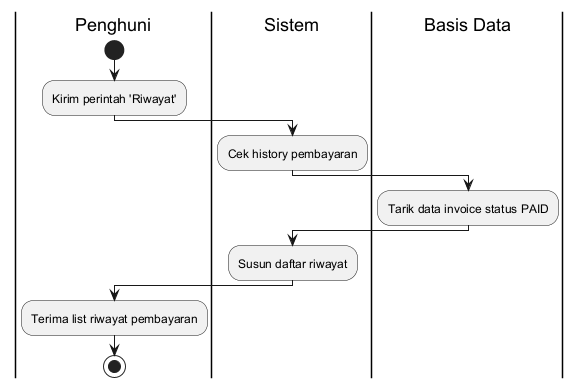
Earlier version of the PlantUML export docs/diagrams/11_activity_diagram_lihat_riwayat_pembayaran.png (ahmadyasser72/tem-2). Source of this version:
```plantuml
@startuml
|Penghuni|
start
:Kirim perintah 'Riwayat';
|Sistem|
:Cek history pembayaran;
|Basis Data|
:Tarik data invoice status PAID;
|Sistem|
:Susun daftar riwayat;
|Penghuni|
:Terima list riwayat pembayaran;
stop
@enduml
```
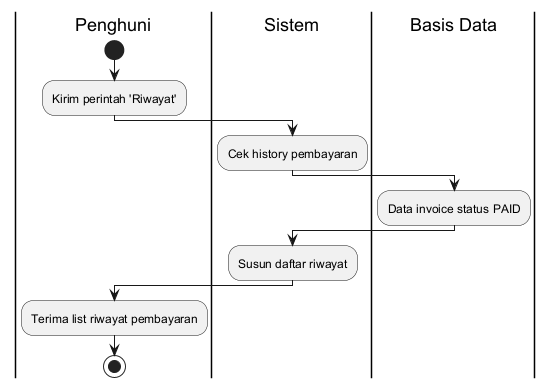
After the change.

Diff of the diagram source:
```diff
@@ -5,7 +5,7 @@
 |Sistem|
 :Cek history pembayaran;
 |Basis Data|
-:Tarik data invoice status PAID;
+:Data invoice status PAID;
 |Sistem|
 :Susun daftar riwayat;
 |Penghuni|
```
